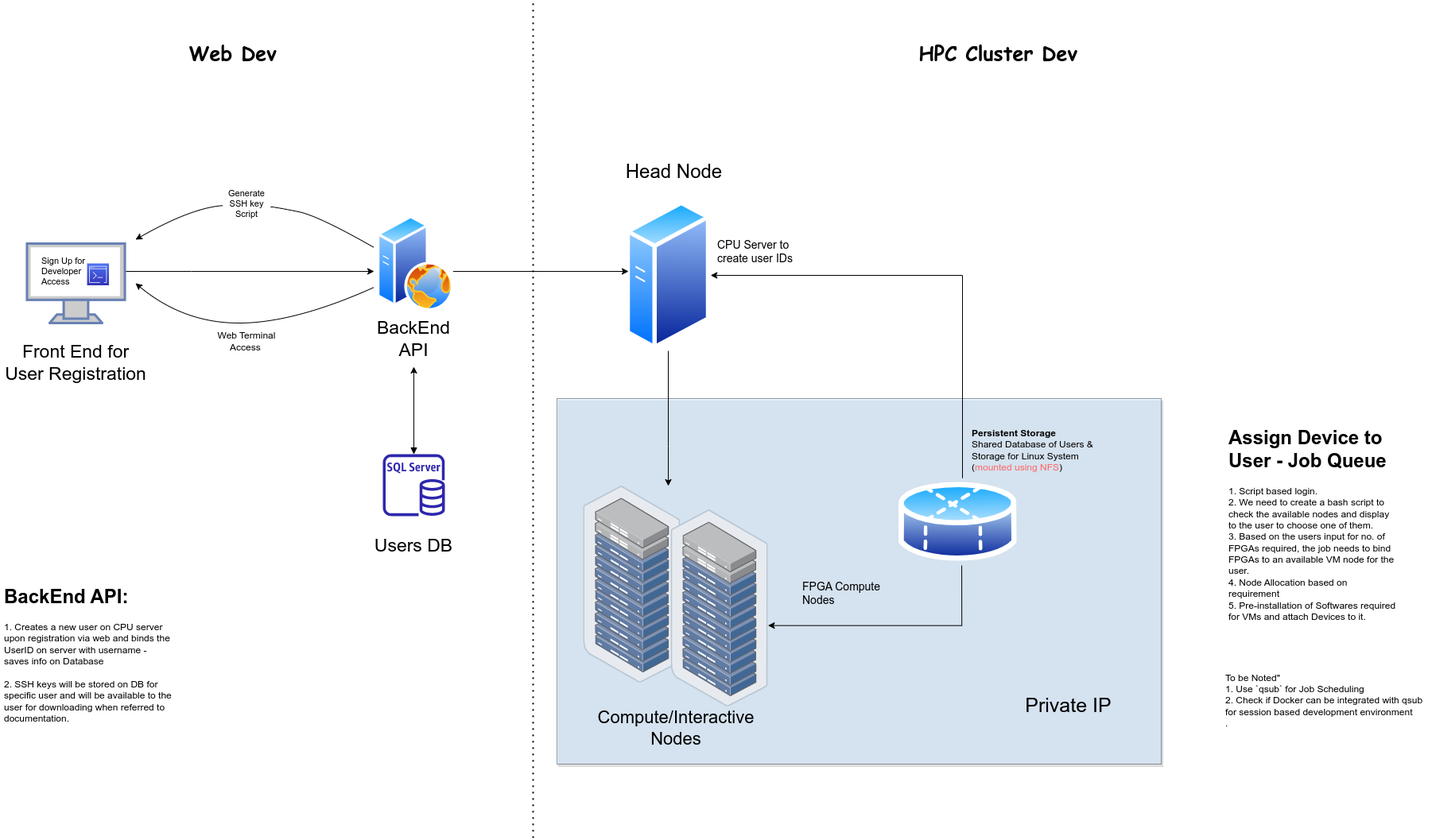
belanasaikiran/FlowCharts keeps this draw.io diagram as Intel DevCloud Flow.drawio.png. Above is the earlier version. Source tidied: cells renumbered, new cells last; positions are measured from the earlier drawing's top-left corner, leaving out a move shared by most shapes.
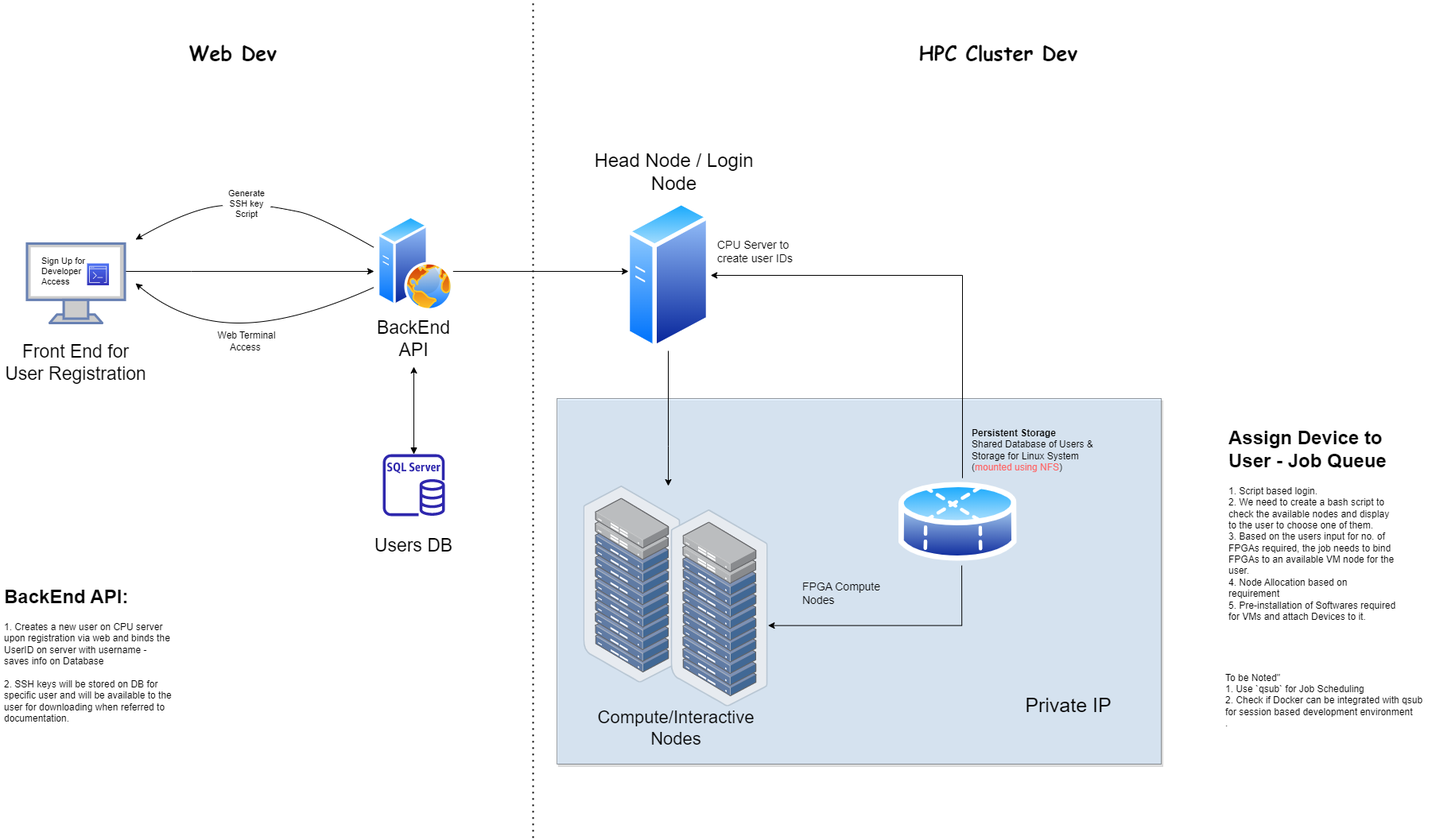
After the change.

What changed in the source:
```diff
@@ -146,7 +146,7 @@
     <mxCell id="36" style="perimeter=ellipsePerimeter;html=1;align=center;shadow=0;dashed=0;spacingTop=3;image;image=img/lib/active_directory/database_partition_4.svg;" parent="1" vertex="1">
       <mxGeometry x="1130" y="600" width="148.7" height="110" as="geometry" />
     </mxCell>
-    <mxCell id="37" value="&lt;font style=&quot;font-size: 24px;&quot;&gt;Head Node&lt;/font&gt;" style="text;html=1;strokeColor=none;fillColor=none;align=center;verticalAlign=middle;whiteSpace=wrap;rounded=0;" parent="1" vertex="1">
+    <mxCell id="37" value="&lt;font style=&quot;font-size: 24px;&quot;&gt;Head Node / Login Node&lt;/font&gt;" style="text;html=1;strokeColor=none;fillColor=none;align=center;verticalAlign=middle;whiteSpace=wrap;rounded=0;" parent="1" vertex="1">
       <mxGeometry x="740" y="200" width="215" height="30" as="geometry" />
     </mxCell>
     <mxCell id="38" value="CPU Server to create user IDs" style="text;html=1;strokeColor=none;fillColor=none;align=left;verticalAlign=middle;whiteSpace=wrap;rounded=0;fontSize=14;" parent="1" vertex="1">
```
